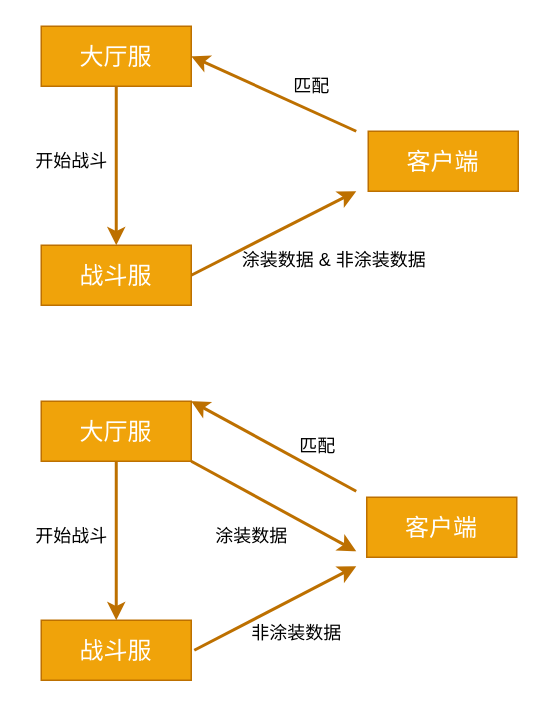
imzoer/design-pattern keeps this draw.io diagram as Copy of battle.drawio. Above is the earlier version. Source tidied: cells renumbered, new cells numbered last; positions are measured from the earlier drawing's top-left corner, leaving out a move shared by most shapes. Both pictures are drawn from the tidied source at 150%, with x=0, y=0 at pixel (26, 26).
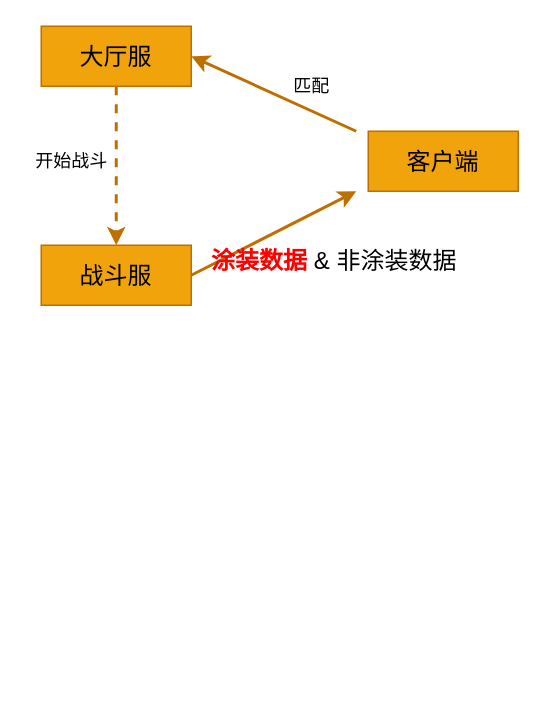
After the change.

What changed in the source:
```diff
@@
-    <mxCell id="2" style="edgeStyle=orthogonalEdgeStyle;rounded=0;jettySize=auto;html=1;exitX=0.5;exitY=1;exitDx=0;exitDy=0;entryX=0.5;entryY=0;entryDx=0;entryDy=0;strokeWidth=2;fillColor=#f0a30a;strokeColor=#BD7000;" parent="1" edge="1" source="3" target="5">
+    <mxCell id="2" style="edgeStyle=orthogonalEdgeStyle;rounded=0;jettySize=auto;html=1;exitX=0.5;exitY=1;exitDx=0;exitDy=0;entryX=0.5;entryY=0;entryDx=0;entryDy=0;strokeWidth=2;fillColor=#f0a30a;strokeColor=#BD7000;dashed=1;" parent="1" edge="1" source="3" target="5">
       <mxGeometry relative="1" as="geometry" />
     </mxCell>
-    <mxCell id="3" value="&lt;font style=&quot;font-size: 16px&quot;&gt;大厅&lt;font style=&quot;font-size: 16px&quot;&gt;服&lt;/font&gt;&lt;/font&gt;" style="rounded=0;whiteSpace=wrap;html=1;fillColor=#f0a30a;strokeColor=#BD7000;fontColor=#ffffff;" parent="1" vertex="1">
+    <mxCell id="3" value="&lt;font style=&quot;font-size: 16px&quot;&gt;大厅&lt;font style=&quot;font-size: 16px&quot;&gt;服&lt;/font&gt;&lt;/font&gt;" style="rounded=0;whiteSpace=wrap;html=1;fillColor=#f0a30a;strokeColor=#BD7000;fontColor=#000000;" parent="1" vertex="1">
       <mxGeometry x="10" width="100" height="40" as="geometry" />
     </mxCell>
@@
-    <mxCell id="5" value="&lt;span style=&quot;font-size: 16px&quot;&gt;战斗服&lt;/span&gt;" style="rounded=0;whiteSpace=wrap;html=1;fillColor=#f0a30a;strokeColor=#BD7000;fontColor=#ffffff;" parent="1" vertex="1">
+    <mxCell id="5" value="&lt;span style=&quot;font-size: 16px&quot;&gt;战斗服&lt;/span&gt;" style="rounded=0;whiteSpace=wrap;html=1;fillColor=#f0a30a;strokeColor=#BD7000;fontColor=#000000;" parent="1" vertex="1">
       <mxGeometry x="10" y="146" width="100" height="40" as="geometry" />
     </mxCell>
@@
-    <mxCell id="7" value="&lt;span style=&quot;font-size: 16px&quot;&gt;客户端&lt;/span&gt;" style="rounded=0;whiteSpace=wrap;html=1;fillColor=#f0a30a;strokeColor=#BD7000;fontColor=#ffffff;" parent="1" vertex="1">
+    <mxCell id="7" value="&lt;span style=&quot;font-size: 16px&quot;&gt;客户端&lt;/span&gt;" style="rounded=0;whiteSpace=wrap;html=1;fillColor=#f0a30a;strokeColor=#BD7000;fontColor=#000000;" parent="1" vertex="1">
       <mxGeometry x="228" y="70" width="100" height="40" as="geometry" />
     </mxCell>
@@
-    <mxCell id="10" value="涂装数据 &amp;amp; 非涂装数据" style="text;html=1;align=center;verticalAlign=middle;" parent="1" vertex="1">
-      <mxGeometry x="135" y="146" width="140" height="20" as="geometry" />
+    <mxCell id="10" value="&lt;font style=&quot;font-size: 16px&quot;&gt;&lt;font color=&quot;#ff0000&quot;&gt;&lt;b&gt;涂装数据&lt;/b&gt;&lt;/font&gt; &amp;amp; 非涂装数据&lt;/font&gt;" style="text;html=1;align=center;verticalAlign=middle;" parent="1" vertex="1">
+      <mxGeometry x="115" y="146" width="180" height="20" as="geometry" />
     </mxCell>
-    <mxCell id="11" style="edgeStyle=orthogonalEdgeStyle;rounded=0;jettySize=auto;html=1;exitX=0.5;exitY=1;exitDx=0;exitDy=0;entryX=0.5;entryY=0;entryDx=0;entryDy=0;strokeWidth=2;fillColor=#f0a30a;strokeColor=#BD7000;" parent="1" edge="1" source="12" target="15">
-      <mxGeometry relative="1" as="geometry" />
-    </mxCell>
-    <mxCell id="12" value="&lt;font style=&quot;font-size: 16px&quot;&gt;大厅&lt;font style=&quot;font-size: 16px&quot;&gt;服&lt;/font&gt;&lt;/font&gt;" style="rounded=0;whiteSpace=wrap;html=1;fillColor=#f0a30a;strokeColor=#BD7000;fontColor=#ffffff;" parent="1" vertex="1">
-      <mxGeometry x="10" y="250" width="100" height="40" as="geometry" />
-    </mxCell>
-    <mxCell id="13" style="edgeStyle=none;rounded=0;jettySize=auto;html=1;exitX=1;exitY=1;exitDx=0;exitDy=0;strokeWidth=2;fillColor=#f0a30a;strokeColor=#BD7000;" parent="1" edge="1" source="12">
-      <mxGeometry relative="1" as="geometry">
-        <mxPoint x="220" y="350" as="targetPoint" />
-      </mxGeometry>
-    </mxCell>
-    <mxCell id="14" style="edgeStyle=none;rounded=0;orthogonalLoop=1;jettySize=auto;html=1;exitX=1;exitY=0.5;exitDx=0;exitDy=0;strokeWidth=2;fillColor=#f0a30a;strokeColor=#BD7000;" parent="1" edge="1">
-      <mxGeometry relative="1" as="geometry">
-        <mxPoint x="112" y="416" as="sourcePoint" />
-        <mxPoint x="220" y="360" as="targetPoint" />
-      </mxGeometry>
-    </mxCell>
-    <mxCell id="15" value="&lt;span style=&quot;font-size: 16px&quot;&gt;战斗服&lt;/span&gt;" style="rounded=0;whiteSpace=wrap;html=1;fillColor=#f0a30a;strokeColor=#BD7000;fontColor=#ffffff;" parent="1" vertex="1">
-      <mxGeometry x="10" y="396" width="100" height="40" as="geometry" />
-    </mxCell>
-    <mxCell id="16" style="edgeStyle=none;rounded=0;jettySize=auto;html=1;entryX=1;entryY=0;entryDx=0;entryDy=0;strokeWidth=2;fillColor=#f0a30a;strokeColor=#BD7000;" parent="1" edge="1" target="12">
-      <mxGeometry relative="1" as="geometry">
-        <mxPoint x="220" y="310" as="sourcePoint" />
-      </mxGeometry>
-    </mxCell>
-    <mxCell id="17" value="&lt;span style=&quot;font-size: 16px&quot;&gt;客户端&lt;/span&gt;" style="rounded=0;whiteSpace=wrap;html=1;fillColor=#f0a30a;strokeColor=#BD7000;fontColor=#ffffff;" parent="1" vertex="1">
-      <mxGeometry x="227" y="314" width="100" height="40" as="geometry" />
-    </mxCell>
-    <mxCell id="18" value="匹配" style="text;html=1;align=center;verticalAlign=middle;" parent="1" vertex="1">
-      <mxGeometry x="174" y="270" width="40" height="20" as="geometry" />
-    </mxCell>
-    <mxCell id="19" value="开始战斗" style="text;html=1;align=center;verticalAlign=middle;" parent="1" vertex="1">
-      <mxGeometry y="330" width="60" height="20" as="geometry" />
-    </mxCell>
-    <mxCell id="20" value="涂装数据" style="text;html=1;align=center;verticalAlign=middle;" parent="1" vertex="1">
-      <mxGeometry x="120" y="330" width="60" height="20" as="geometry" />
-    </mxCell>
-    <mxCell id="21" value="非涂装数据" style="text;html=1;align=center;verticalAlign=middle;" parent="1" vertex="1">
-      <mxGeometry x="140" y="395" width="80" height="20" as="geometry" />
-    </mxCell>
```
